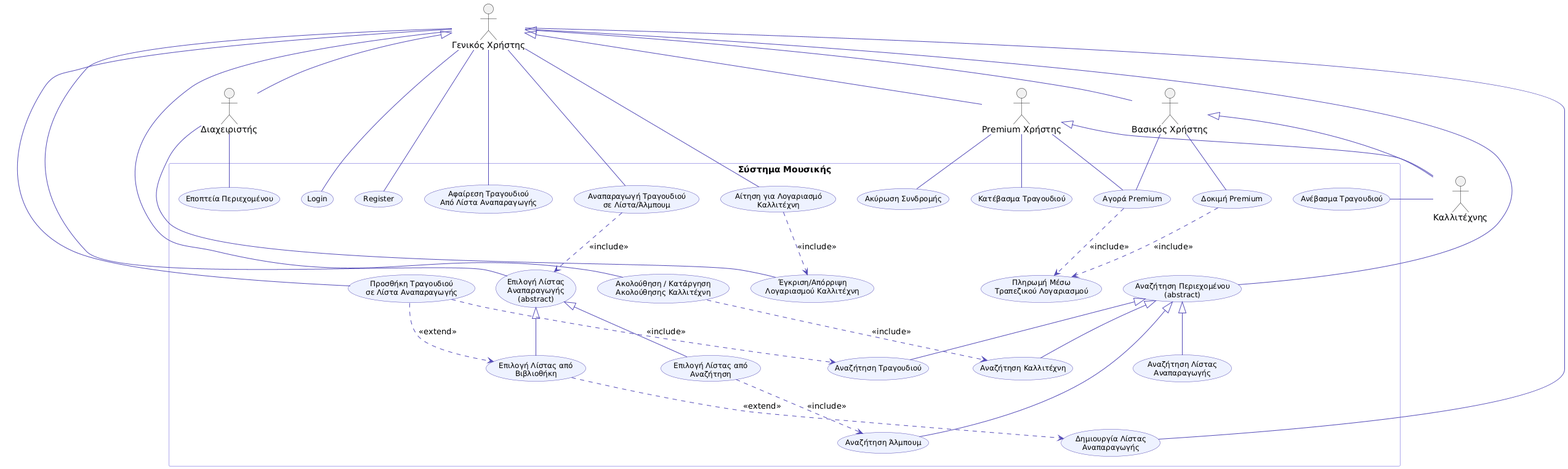
RubenKingCP/Tunix keeps this PlantUML diagram as Paradoteo_4/Use-case-v0.5.png. Above is the earlier version.
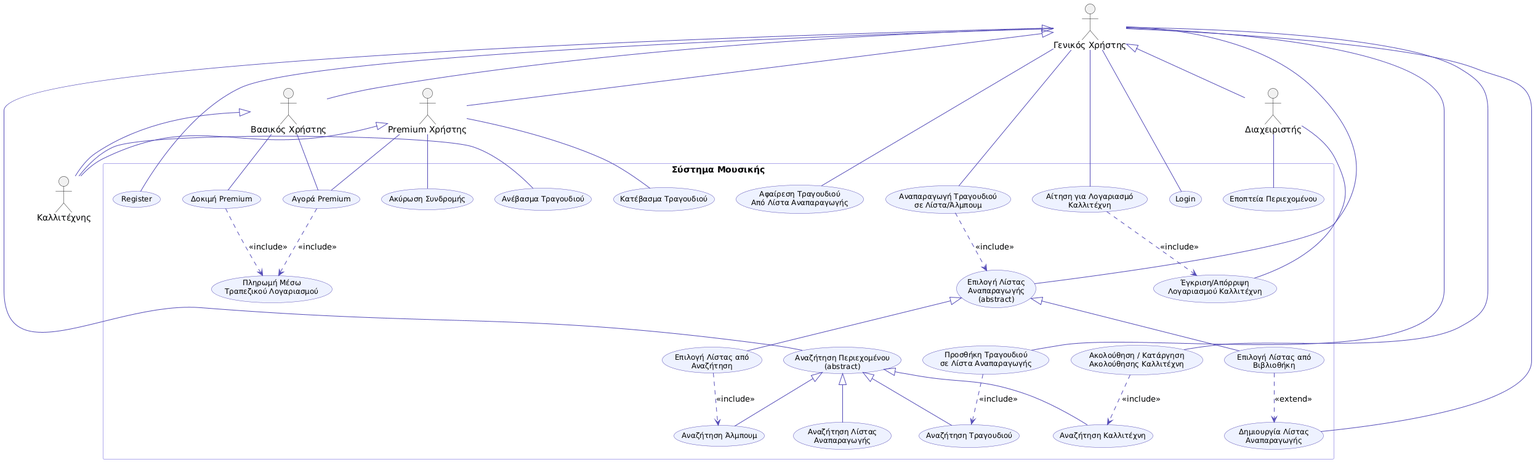
After the commit.

What changed in the source:
```diff
@@ -53,7 +53,6 @@
 
   UC_SEL_PL_LIB ..> UC_CREATE_PL : <<extend>>
   UC_ADD_SONG ..> UC_SEARCH_SONG : <<include>>
-  UC_ADD_SONG ..> UC_SEL_PL_LIB : <<extend>>
 
   usecase "Αναπαραγωγή Τραγουδιού\nσε Λίστα/Άλμπουμ" as UC_PLAY
 
```
